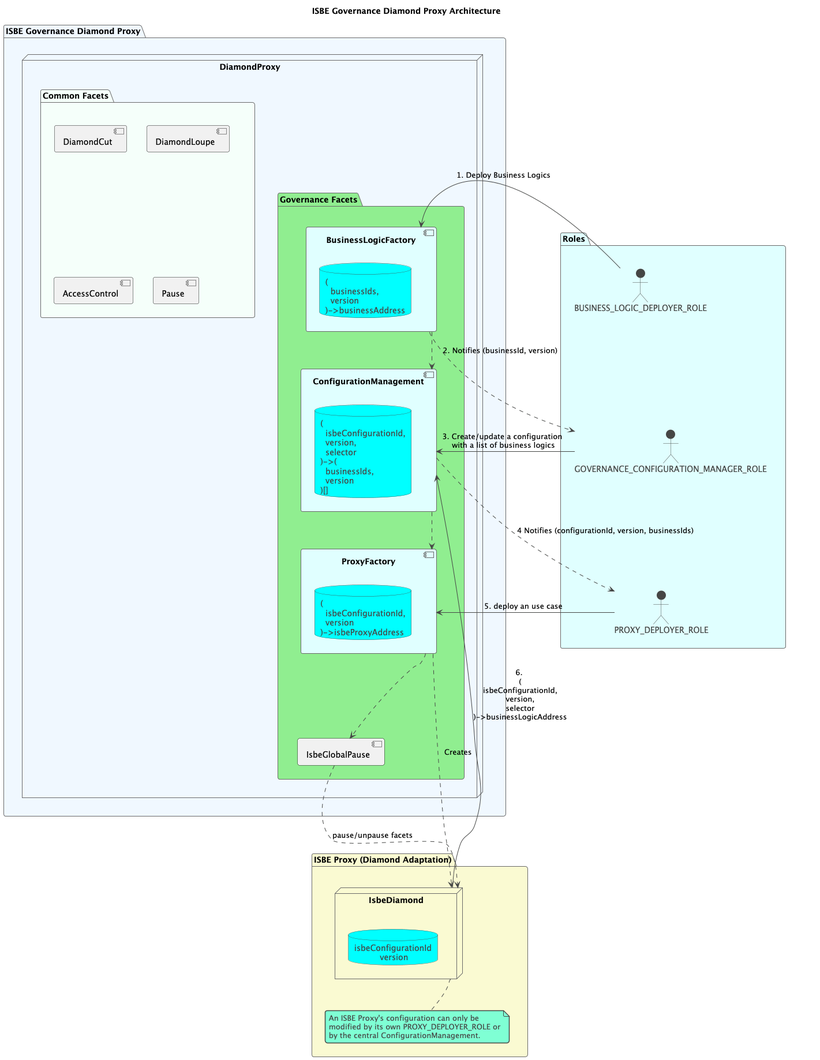
Above: docs/diagrams/ISBE_Governance_Diamond_Proxy_Architecture.png in red-isbe/isbe-contracts (PlantUML), before the change. Its source is kept beside it as docs/diagrams/ISBE_Governance_Diamond_Proxy_Architecture.puml.
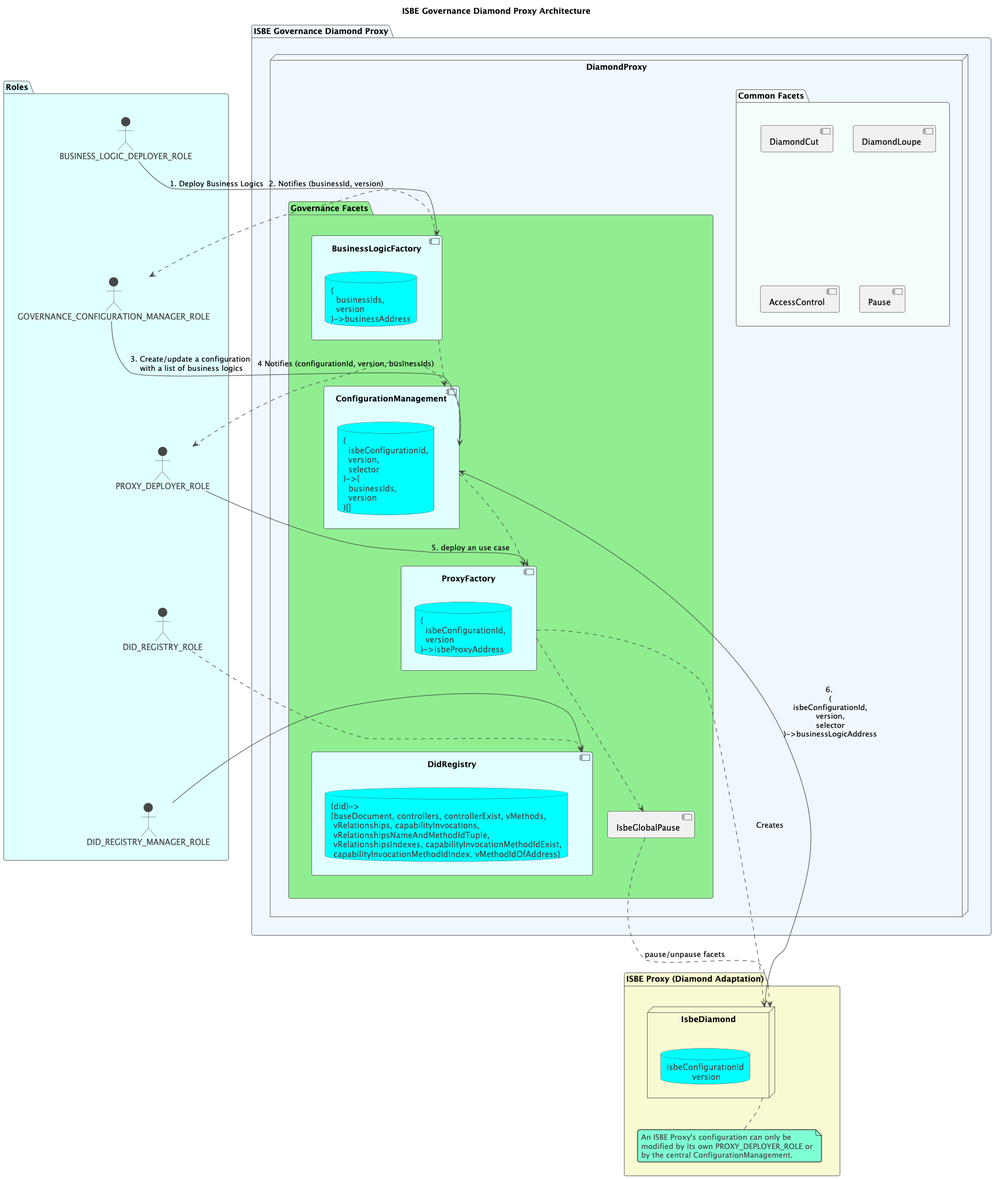
The same diagram one commit later.

Commit message:
Integrate `DidRegistryFacet` into governance diamond architecture

What changed in the source:
```diff
@@ -7,8 +7,12 @@
     actor BUSINESS_LOGIC_DEPLOYER_ROLE
     actor GOVERNANCE_CONFIGURATION_MANAGER_ROLE
     actor PROXY_DEPLOYER_ROLE
+    actor DID_REGISTRY_ROLE
+    actor DID_REGISTRY_MANAGER_ROLE
     BUSINESS_LOGIC_DEPLOYER_ROLE -[hidden]- GOVERNANCE_CONFIGURATION_MANAGER_ROLE
     GOVERNANCE_CONFIGURATION_MANAGER_ROLE -[hidden]- PROXY_DEPLOYER_ROLE
+    PROXY_DEPLOYER_ROLE -[hidden]- DID_REGISTRY_ROLE
+    DID_REGISTRY_ROLE -[hidden]- DID_REGISTRY_MANAGER_ROLE
 }
 package "ISBE Governance Diamond Proxy" #AliceBlue {
   node DiamondProxy as DP {
@@ -30,8 +34,13 @@
       component "ConfigurationManagement" #LightCyan {
         database "(\n  isbeConfigurationId,\n  version,\n  selector\n)->(\n  businessIds,\n  version\n)[]"
       }
+      [DidRegistry]
+      component "DidRegistry" #LightCyan {
+        database "(did)->\n{baseDocument, controllers, controllerExist, vMethods,\n vRelationships, capabilityInvocations,\n vRelationshipsNameAndMethodIdTuple,\n vRelationshipsIndexes, capabilityInvocationMethodIdExist,\n capabilityInvocationMethodIdIndex, vMethodIdOfAddress}"
+      }
     }
     "Common Facets" -[hidden]- "Governance Facets"
+    [DidRegistry] -l[hidden]- [IsbeGlobalPause]
   }
 }
 Roles -[hidden]- "ISBE Governance Diamond Proxy"
@@ -61,7 +70,8 @@
 IsbeDiamond -l-> [ConfigurationManagement] : 6. \n(\nisbeConfigurationId,\nversion,\nselector\n)->businessLogicAddress
 [IsbeGlobalPause] .d.> IsbeDiamond : pause/unpause facets
 
-
+DID_REGISTRY_ROLE .-> [DidRegistry]
+DID_REGISTRY_MANAGER_ROLE --> [DidRegistry]
 
 "ISBE Proxy (Diamond Adaptation)" -l[hidden]- "ISBE Governance Diamond Proxy"
 
```
